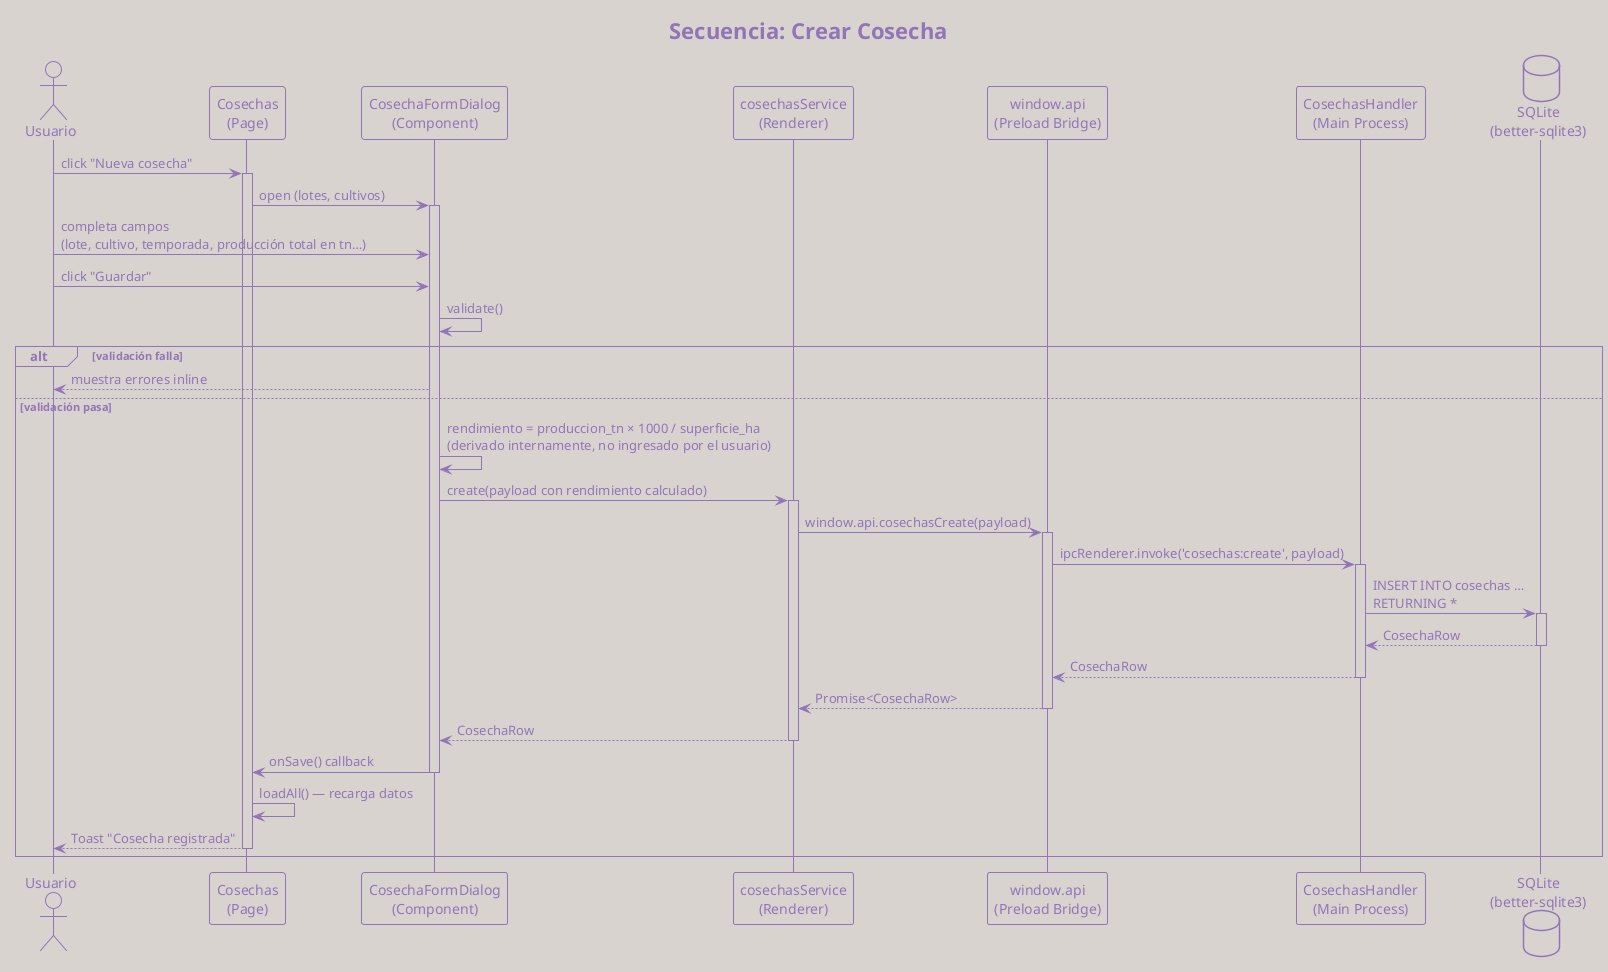
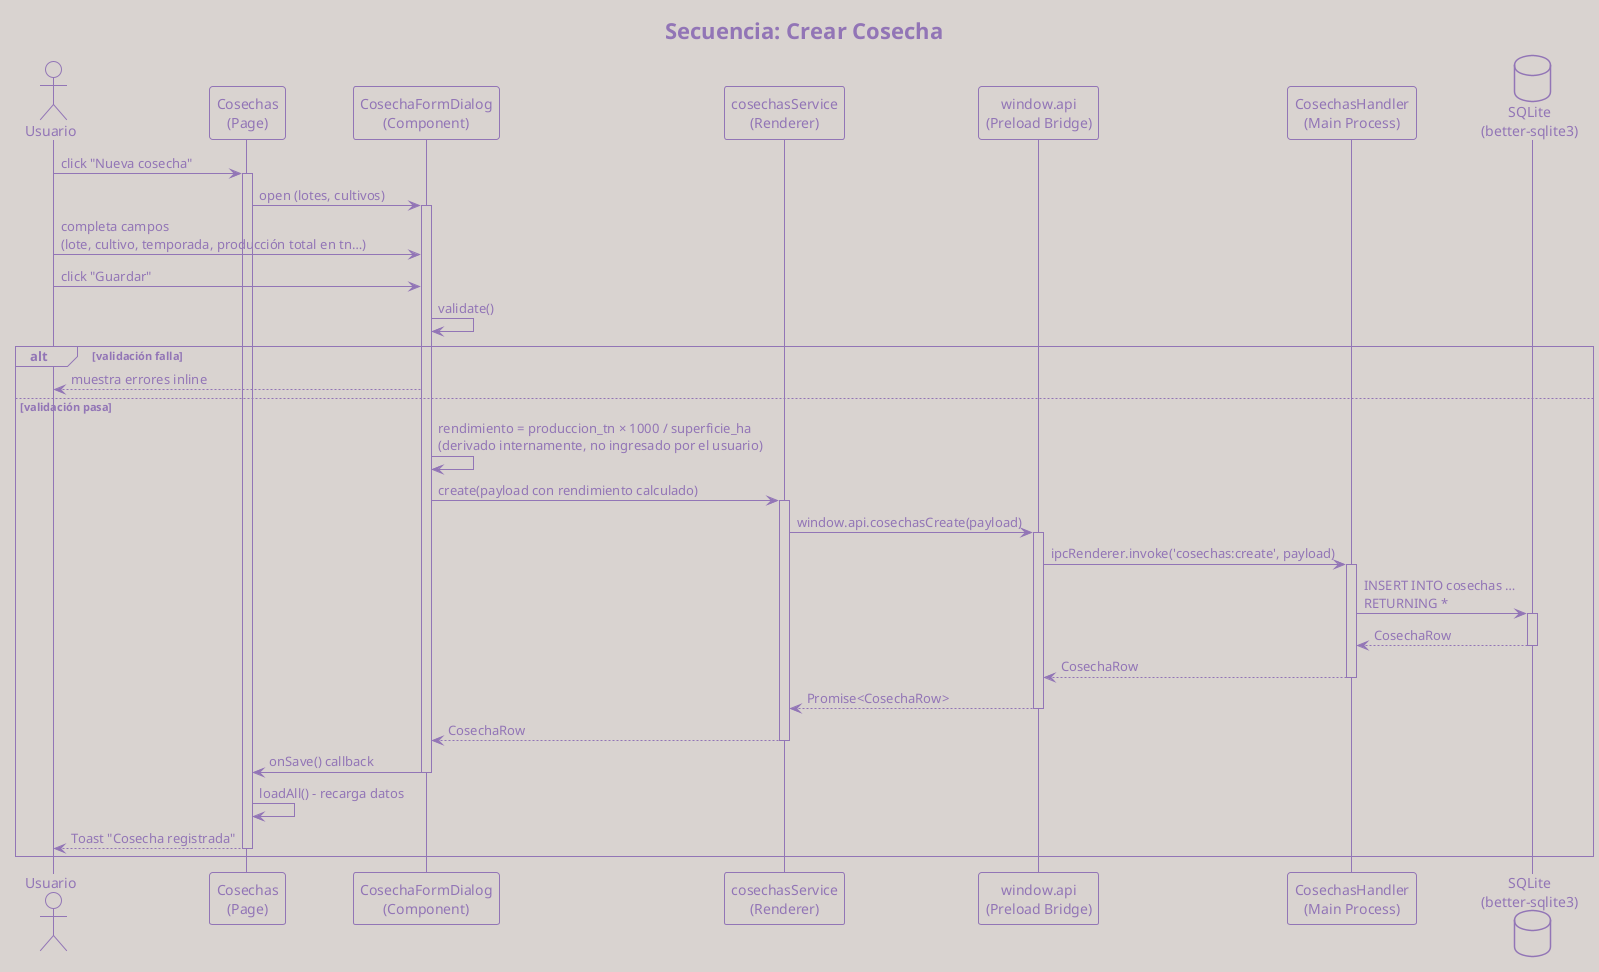
@startuml sequence-crear-cosecha
title Secuencia: Crear Cosecha

skinparam sequenceArrowThickness 1.5
skinparam sequenceGroupBorderThickness 1
skinparam shadowing false

!theme mimeograph

actor Usuario as U
participant "Cosechas\n(Page)" as Page
participant "CosechaFormDialog\n(Component)" as Dialog
participant "cosechasService\n(Renderer)" as Svc
participant "window.api\n(Preload Bridge)" as API
participant "CosechasHandler\n(Main Process)" as Handler
database "SQLite\n(better-sqlite3)" as DB

U -> Page : click "Nueva cosecha"
activate Page

Page -> Dialog : open (lotes, cultivos)
activate Dialog

U -> Dialog : completa campos\n(lote, cultivo, temporada, producción total en tn…)
U -> Dialog : click "Guardar"

Dialog -> Dialog : validate()
alt validación falla
  Dialog --> U : muestra errores inline
else validación pasa
  Dialog -> Dialog : rendimiento = produccion_tn × 1000 / superficie_ha\n(derivado internamente, no ingresado por el usuario)

  Dialog -> Svc : create(payload con rendimiento calculado)
  activate Svc

  Svc -> API : window.api.cosechasCreate(payload)
  activate API

  API -> Handler : ipcRenderer.invoke('cosechas:create', payload)
  activate Handler

  Handler -> DB : INSERT INTO cosechas …\nRETURNING *
  activate DB
  DB --> Handler : CosechaRow
  deactivate DB

  Handler --> API : CosechaRow
  deactivate Handler

  API --> Svc : Promise<CosechaRow>
  deactivate API

  Svc --> Dialog : CosechaRow
  deactivate Svc

  Dialog -> Page : onSave() callback
  deactivate Dialog

-   Page -> Page : loadAll() — recarga datos
+   Page -> Page : loadAll() - recarga datos
  Page --> U : Toast "Cosecha registrada"
  deactivate Page
end

@enduml
